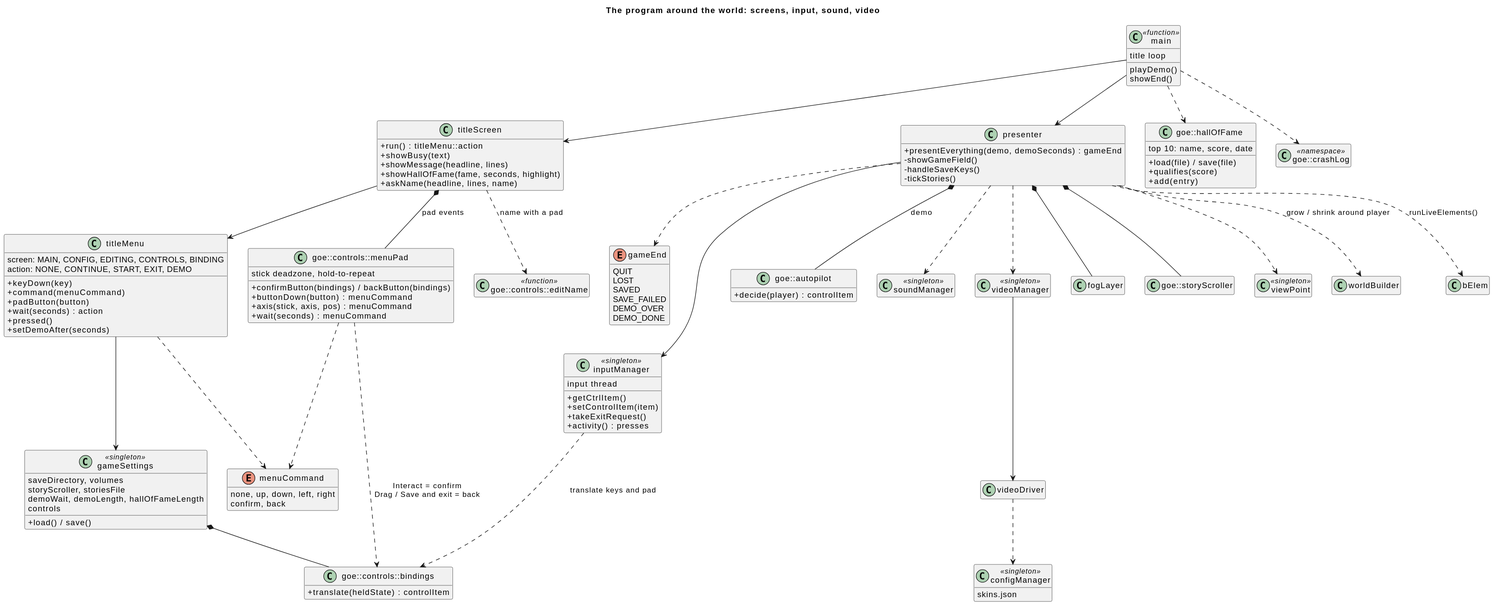
Above: docs/diagrams/03-application-classes.svg in arielkonopka/Gardens-of-Eris (PlantUML), before the change.
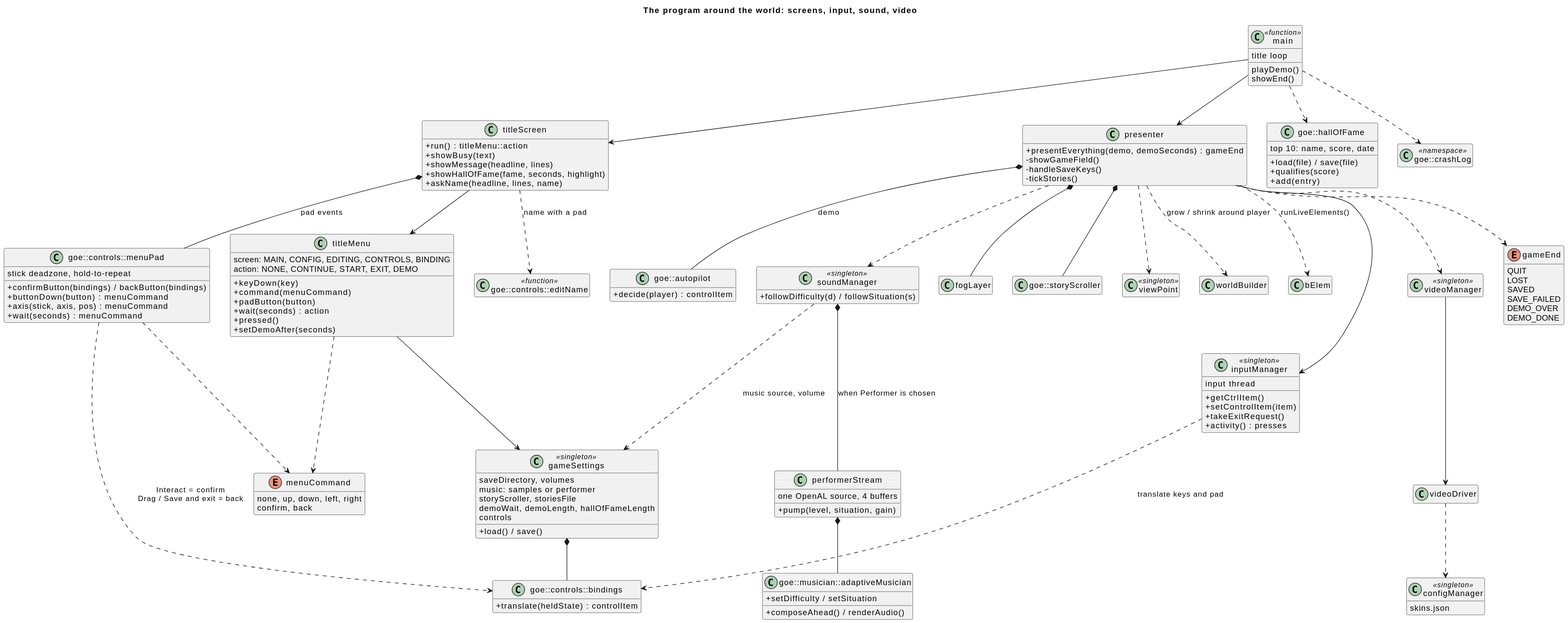
After the commit.

The edit, as a diff of the source:
```diff
@@ -27,6 +27,7 @@
 }
 class gameSettings <<singleton>> {
   saveDirectory, volumes
+  music: samples or performer
   storyScroller, storiesFile
   demoWait, demoLength, hallOfFameLength
   controls
@@ -77,7 +78,17 @@
   +qualifies(score)
   +add(entry)
 }
-class soundManager <<singleton>>
+class soundManager <<singleton>> {
+  +followDifficulty(d) / followSituation(s)
+}
+class performerStream {
+  one OpenAL source, 4 buffers
+  +pump(level, situation, gain)
+}
+class "goe::musician::adaptiveMusician" as musician {
+  +setDifficulty / setSituation
+  +composeAhead() / renderAudio()
+}
 class videoManager <<singleton>>
 class videoDriver
 class configManager <<singleton>> {
@@ -106,6 +117,9 @@
 presenter *-- fogLayer
 presenter *-- storyScroller
 presenter ..> soundManager
+soundManager *-- performerStream : when Performer is chosen
+performerStream *-- musician
+soundManager ..> gameSettings : music source, volume
 presenter ..> videoManager
 presenter ..> viewPoint
 presenter ..> gameEnd
```
